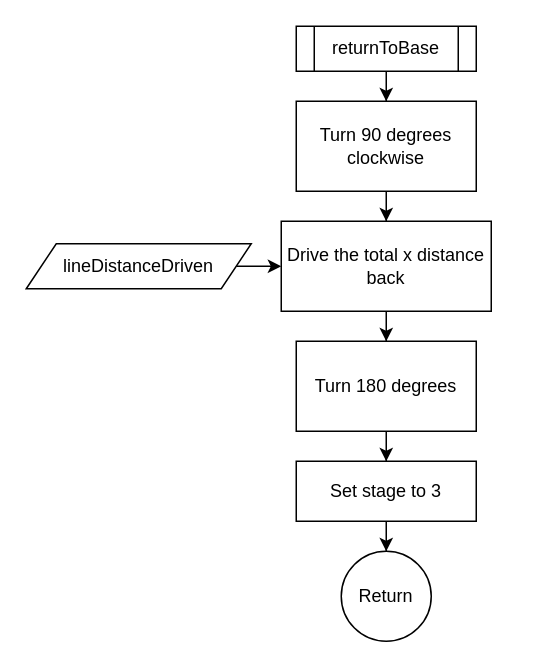
Before: Draw/returnToBase.drawio in jens1906/P1-project-1.-semester, a draw.io diagram. Source tidied: cells renumbered, new cells numbered last; positions are measured from the earlier drawing's top-left corner, leaving out a move shared by most shapes. Both pictures are drawn from the tidied source at 150%, with x=0, y=0 at pixel (26, 26).
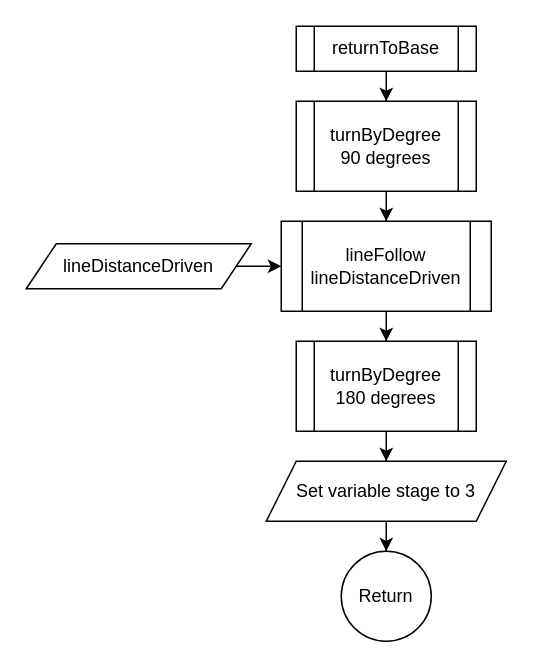
After the change.

Diff of the diagram source:
```diff
@@
 <mxGraphModel>
   <root>
     <mxCell id="0" />
     <mxCell id="1" parent="0" />
     <mxCell id="2" style="edgeStyle=orthogonalEdgeStyle;rounded=0;jettySize=auto;html=1;" parent="1" edge="1" source="3" target="5">
       <mxGeometry relative="1" as="geometry" />
     </mxCell>
     <mxCell id="3" value="returnToBase" style="shape=process;whiteSpace=wrap;html=1;backgroundOutline=1;" parent="1" vertex="1">
       <mxGeometry x="180" width="120" height="30" as="geometry" />
     </mxCell>
     <mxCell id="4" style="edgeStyle=orthogonalEdgeStyle;rounded=0;jettySize=auto;html=1;" parent="1" edge="1" source="5" target="7">
       <mxGeometry relative="1" as="geometry" />
     </mxCell>
-    <mxCell id="5" value="Turn 90 degrees clockwise" style="whiteSpace=wrap;html=1;" parent="1" vertex="1">
+    <mxCell id="5" value="turnByDegree&lt;br&gt;90 degrees" style="shape=process;whiteSpace=wrap;html=1;backgroundOutline=1;" parent="1" vertex="1">
       <mxGeometry x="180" y="50" width="120" height="60" as="geometry" />
     </mxCell>
     <mxCell id="6" style="edgeStyle=orthogonalEdgeStyle;rounded=0;jettySize=auto;html=1;" parent="1" edge="1" source="7" target="12">
       <mxGeometry relative="1" as="geometry" />
     </mxCell>
-    <mxCell id="7" value="Drive the total x distance back" style="whiteSpace=wrap;html=1;" parent="1" vertex="1">
+    <mxCell id="7" value="lineFollow&lt;br&gt;lineDistanceDriven" style="shape=process;whiteSpace=wrap;html=1;backgroundOutline=1;" parent="1" vertex="1">
       <mxGeometry x="170" y="130" width="140" height="60" as="geometry" />
     </mxCell>
     <mxCell id="8" style="edgeStyle=orthogonalEdgeStyle;rounded=0;jettySize=auto;html=1;exitX=1;exitY=0.5;exitDx=0;exitDy=0;entryX=0;entryY=0.5;entryDx=0;entryDy=0;" parent="1" edge="1" source="9" target="7">
       <mxGeometry relative="1" as="geometry" />
     </mxCell>
     <mxCell id="9" value="lineDistanceDriven" style="shape=parallelogram;perimeter=parallelogramPerimeter;whiteSpace=wrap;html=1;fixedSize=1;" parent="1" vertex="1">
       <mxGeometry y="145" width="150" height="30" as="geometry" />
     </mxCell>
     <mxCell id="10" style="edgeStyle=orthogonalEdgeStyle;rounded=0;jettySize=auto;html=1;entryX=0.5;entryY=0;entryDx=0;entryDy=0;" parent="1" edge="1" source="14" target="13">
       <mxGeometry relative="1" as="geometry" />
     </mxCell>
     <mxCell id="11" style="edgeStyle=orthogonalEdgeStyle;rounded=0;jettySize=auto;html=1;" parent="1" edge="1" source="12" target="14">
       <mxGeometry relative="1" as="geometry" />
     </mxCell>
-    <mxCell id="12" value="Turn 180 degrees" style="whiteSpace=wrap;html=1;" parent="1" vertex="1">
+    <mxCell id="12" value="turnByDegree&lt;br&gt;180 degrees" style="shape=process;whiteSpace=wrap;html=1;backgroundOutline=1;" parent="1" vertex="1">
       <mxGeometry x="180" y="210" width="120" height="60" as="geometry" />
     </mxCell>
     <mxCell id="13" value="Return" style="ellipse;whiteSpace=wrap;html=1;" parent="1" vertex="1">
       <mxGeometry x="210" y="350" width="60" height="60" as="geometry" />
     </mxCell>
-    <mxCell id="14" value="Set stage to 3" style="whiteSpace=wrap;html=1;" parent="1" vertex="1">
-      <mxGeometry x="180" y="290" width="120" height="40" as="geometry" />
+    <mxCell id="14" value="Set variable stage to 3" style="shape=parallelogram;perimeter=parallelogramPerimeter;whiteSpace=wrap;html=1;fixedSize=1;" parent="1" vertex="1">
+      <mxGeometry x="160" y="290" width="160" height="40" as="geometry" />
     </mxCell>
   </root>
 </mxGraphModel>
```
